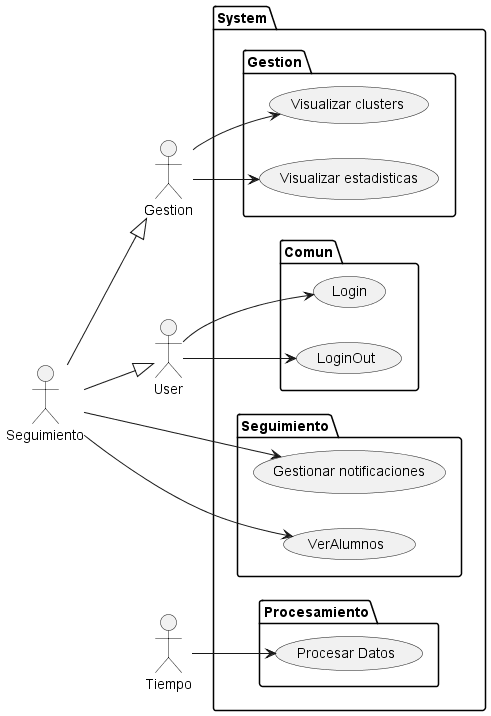
Above: 000-entregas/Grupo1/CasosDeUso/images/CasosDeUso.png in mmasias/IdSw1-22-23 (PlantUML), before the change.
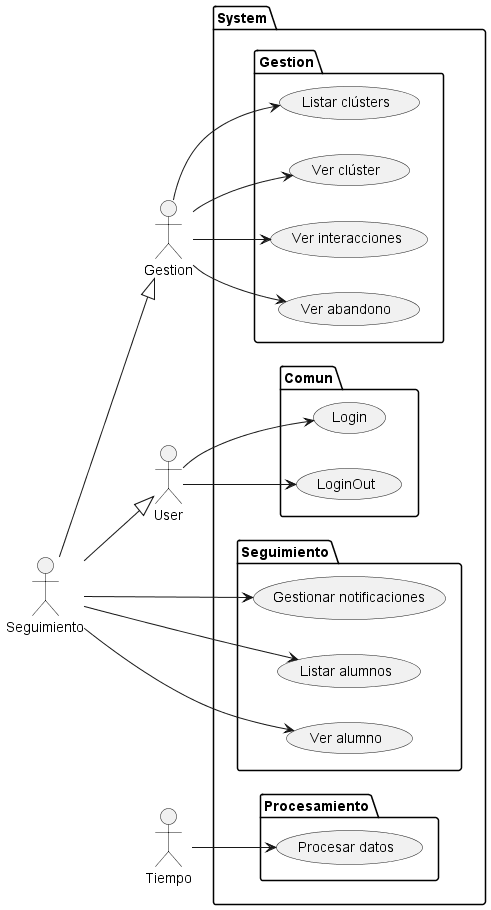
Above is the later version.

What changed in the source:
```diff
@@ -17,14 +17,17 @@
   }
   package Seguimiento {
     usecase "Gestionar notificaciones" as GN
-    usecase "VerAlumnos" as VA
+    usecase "Listar alumnos" as LA
+    usecase "Ver alumno" as VA
   }
   package Gestion {
-    usecase "Visualizar clusters" as VC
-    usecase "Visualizar estadisticas" as VE
+    usecase "Listar clústers" as LC
+    usecase "Ver clúster" as VC
+    usecase "Ver interacciones" as VI
+    usecase "Ver abandono" as VAB
   }
   package Procesamiento {
-    usecase "Procesar Datos" as PD
+    usecase "Procesar datos" as PD
   }
 }
 
@@ -32,11 +35,14 @@
 User --> (Login)
 User --> (LoginOut)
 
+SEG --> (LA)
 SEG --> (VA)
 SEG --> (GN)
 
+GEST --> (LC)
 GEST --> (VC)
-GEST --> (VE)
+GEST --> (VAB)
+GEST --> (VI)
 
 
 Tiempo --> PD
```
